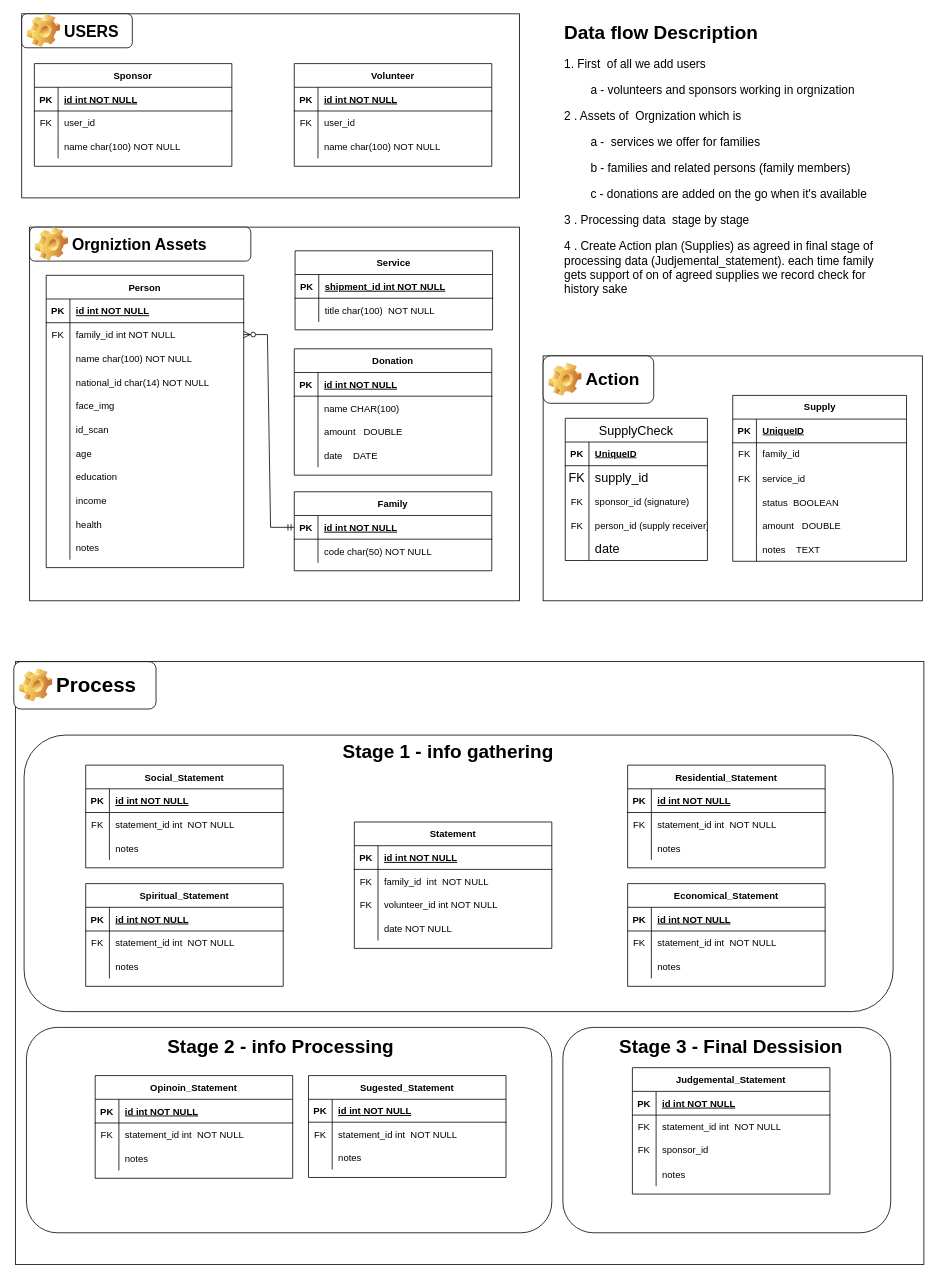
Before: Archives/ERD/ERD Diagram.drawio in PoulaAdel/Charity, a draw.io diagram. Source tidied: cells renumbered, new cells numbered last; positions are measured from the earlier drawing's top-left corner, leaving out a move shared by most shapes. Both pictures are drawn from the tidied source at 79%, with x=0, y=0 at pixel (13, 13).
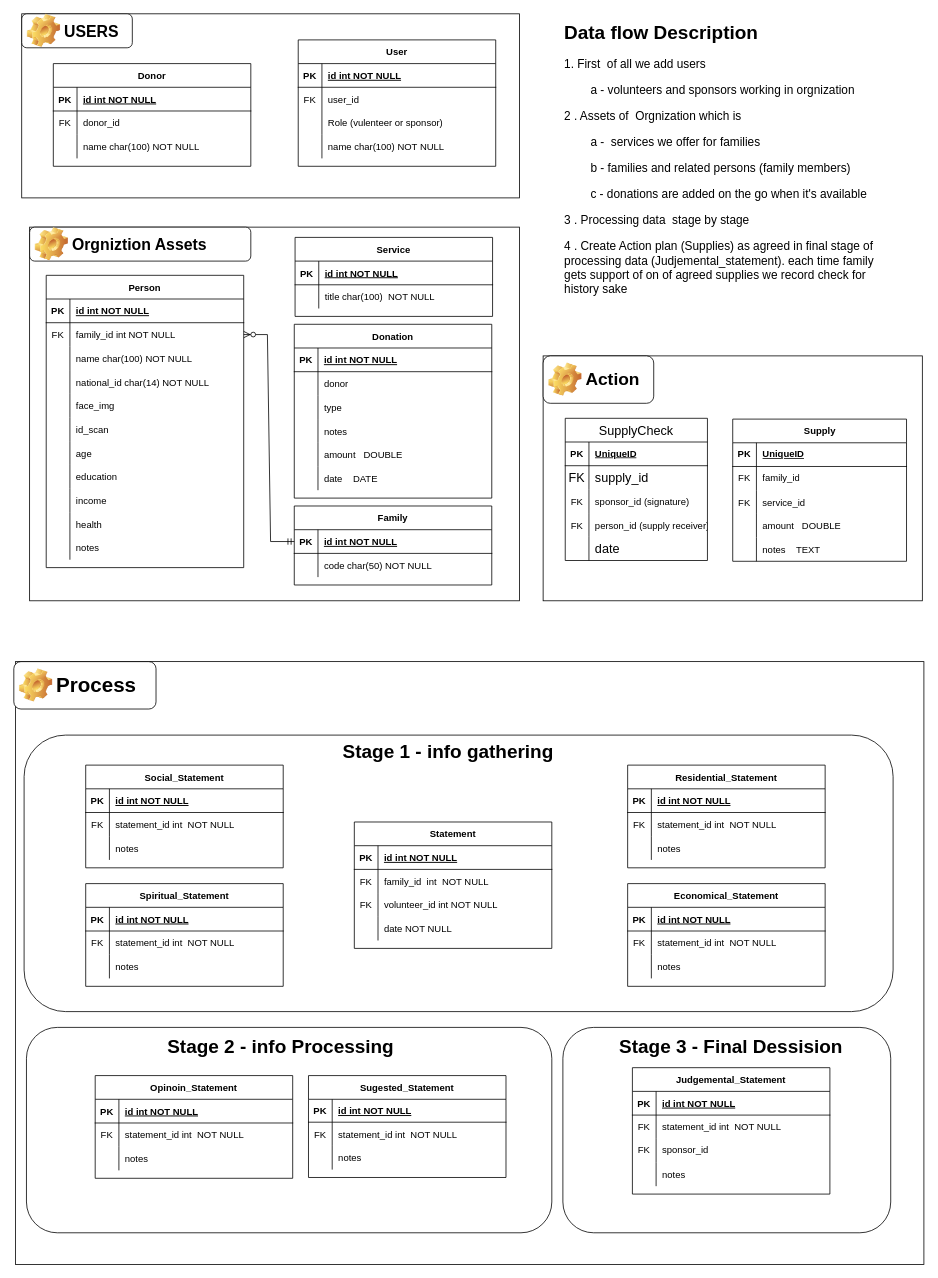
The same page after the edit.

The change refers to these unchanged cells:
```xml
<mxCell id="125" style="shape=partialRectangle;fillColor=none;top=0;left=0;right=0;bottom=1;" parent="124" vertex="1">
  <mxGeometry y="30" width="250" height="30" as="geometry" />
</mxCell>
<mxCell id="135" style="shape=partialRectangle;fillColor=none;top=0;left=0;right=0;bottom=0;" parent="131" vertex="1">
  <mxGeometry y="60" width="250" height="30" as="geometry" />
</mxCell>
```

The edit, as a diff of the source:
```diff
@@
-    <mxCell id="59" value="Sponsor" style="shape=table;startSize=30;childLayout=tableLayout;rowLines=0;fontStyle=1;align=center;" parent="1" vertex="1">
-      <mxGeometry x="26" y="63" width="250" height="130" as="geometry" />
+    <mxCell id="59" value="User" style="shape=table;startSize=30;childLayout=tableLayout;rowLines=0;fontStyle=1;align=center;" parent="1" vertex="1">
+      <mxGeometry x="360" y="33" width="250" height="160" as="geometry" />
     </mxCell>
@@
+    <mxCell id="220" style="shape=tableRow;horizontal=0;startSize=0;swimlaneHead=0;swimlaneBody=0;fillColor=none;top=0;left=0;right=0;bottom=0;" parent="59" vertex="1">
+      <mxGeometry y="90" width="250" height="30" as="geometry" />
+    </mxCell>
+    <mxCell id="221" style="shape=partialRectangle;fillColor=none;top=0;left=0;bottom=0;right=0;overflow=hidden;" parent="220" vertex="1">
+      <mxGeometry width="30" height="30" as="geometry" />
+    </mxCell>
+    <mxCell id="222" value="Role (vulenteer or sponsor)" style="shape=partialRectangle;fillColor=none;top=0;left=0;bottom=0;right=0;align=left;spacingLeft=6;overflow=hidden;" parent="220" vertex="1">
+      <mxGeometry x="30" width="220" height="30" as="geometry" />
+    </mxCell>
     <mxCell id="66" style="shape=partialRectangle;fillColor=none;top=0;left=0;right=0;bottom=0;" parent="59" vertex="1">
-      <mxGeometry y="90" width="250" height="30" as="geometry" />
+      <mxGeometry y="120" width="250" height="30" as="geometry" />
     </mxCell>
@@
-    <mxCell id="69" value="Volunteer" style="shape=table;startSize=30;childLayout=tableLayout;rowLines=0;fontStyle=1;align=center;" parent="1" vertex="1">
-      <mxGeometry x="355" y="63" width="250" height="130" as="geometry" />
-    </mxCell>
-    <mxCell id="70" style="shape=partialRectangle;fillColor=none;top=0;left=0;right=0;bottom=1;" parent="69" vertex="1">
-      <mxGeometry y="30" width="250" height="30" as="geometry" />
-    </mxCell>
-    <mxCell id="71" value="PK" style="shape=partialRectangle;overflow=hidden;fillColor=none;top=0;left=0;bottom=0;right=0;fontStyle=1;" parent="70" vertex="1">
-      <mxGeometry width="30" height="30" as="geometry" />
-    </mxCell>
-    <mxCell id="72" value="id int NOT NULL " style="shape=partialRectangle;overflow=hidden;fillColor=none;top=0;left=0;bottom=0;right=0;align=left;spacingLeft=6;fontStyle=5;" parent="70" vertex="1">
-      <mxGeometry x="30" width="220" height="30" as="geometry" />
-    </mxCell>
-    <mxCell id="73" style="shape=tableRow;horizontal=0;startSize=0;swimlaneHead=0;swimlaneBody=0;fillColor=none;top=0;left=0;right=0;bottom=0;" parent="69" vertex="1">
-      <mxGeometry y="60" width="250" height="30" as="geometry" />
-    </mxCell>
-    <mxCell id="74" value="FK" style="shape=partialRectangle;fillColor=none;top=0;left=0;bottom=0;right=0;fontStyle=0;overflow=hidden;whiteSpace=wrap;html=1;" parent="73" vertex="1">
-      <mxGeometry width="30" height="30" as="geometry" />
-    </mxCell>
-    <mxCell id="75" value="user_id" style="shape=partialRectangle;fillColor=none;top=0;left=0;bottom=0;right=0;align=left;spacingLeft=6;fontStyle=0;overflow=hidden;whiteSpace=wrap;html=1;" parent="73" vertex="1">
-      <mxGeometry x="30" width="220" height="30" as="geometry" />
-    </mxCell>
-    <mxCell id="76" style="shape=partialRectangle;fillColor=none;top=0;left=0;right=0;bottom=0;" parent="69" vertex="1">
-      <mxGeometry y="90" width="250" height="30" as="geometry" />
-    </mxCell>
-    <mxCell id="77" style="shape=partialRectangle;overflow=hidden;fillColor=none;top=0;left=0;bottom=0;right=0;" parent="76" vertex="1">
-      <mxGeometry width="30" height="30" as="geometry" />
-    </mxCell>
-    <mxCell id="78" value="name char(100) NOT NULL" style="shape=partialRectangle;overflow=hidden;fillColor=none;top=0;left=0;bottom=0;right=0;align=left;spacingLeft=6;" parent="76" vertex="1">
-      <mxGeometry x="30" width="220" height="30" as="geometry" />
-    </mxCell>
@@
     <mxCell id="83" value="Family" style="shape=table;startSize=30;childLayout=tableLayout;rowLines=0;fontStyle=1;align=center;" parent="1" vertex="1">
-      <mxGeometry x="355" y="605" width="250" height="100" as="geometry" />
+      <mxGeometry x="355" y="623" width="250" height="100" as="geometry" />
     </mxCell>
@@
     <mxCell id="124" value="Service" style="shape=table;startSize=30;childLayout=tableLayout;rowLines=0;fontStyle=1;align=center;" parent="1" vertex="1">
-      <mxGeometry x="356" y="300" width="250" height="100" as="geometry" />
+      <mxGeometry x="356" y="283" width="250" height="100" as="geometry" />
     </mxCell>
@@
-    <mxCell id="127" value="shipment_id int NOT NULL " style="shape=partialRectangle;overflow=hidden;fillColor=none;top=0;left=0;bottom=0;right=0;align=left;spacingLeft=6;fontStyle=5;" parent="125" vertex="1">
+    <mxCell id="127" value="id int NOT NULL " style="shape=partialRectangle;overflow=hidden;fillColor=none;top=0;left=0;bottom=0;right=0;align=left;spacingLeft=6;fontStyle=5;" parent="125" vertex="1">
       <mxGeometry x="30" width="220" height="30" as="geometry" />
     </mxCell>
@@
     <mxCell id="131" value="Donation" style="shape=table;startSize=30;childLayout=tableLayout;rowLines=0;fontStyle=1;align=center;" parent="1" vertex="1">
-      <mxGeometry x="355" y="424" width="250" height="160" as="geometry" />
+      <mxGeometry x="355" y="393" width="250" height="220" as="geometry" />
     </mxCell>
@@
-    <mxCell id="137" value="name CHAR(100)" style="shape=partialRectangle;overflow=hidden;fillColor=none;top=0;left=0;bottom=0;right=0;align=left;spacingLeft=6;" parent="135" vertex="1">
+    <mxCell id="137" value="donor" style="shape=partialRectangle;overflow=hidden;fillColor=none;top=0;left=0;bottom=0;right=0;align=left;spacingLeft=6;" parent="135" vertex="1">
       <mxGeometry x="30" width="220" height="30" as="geometry" />
     </mxCell>
+    <mxCell id="223" style="shape=tableRow;horizontal=0;startSize=0;swimlaneHead=0;swimlaneBody=0;fillColor=none;top=0;left=0;right=0;bottom=0;" parent="131" vertex="1">
+      <mxGeometry y="90" width="250" height="30" as="geometry" />
+    </mxCell>
+    <mxCell id="224" style="shape=partialRectangle;fillColor=none;top=0;left=0;bottom=0;right=0;overflow=hidden;" parent="223" vertex="1">
+      <mxGeometry width="30" height="30" as="geometry" />
+    </mxCell>
+    <mxCell id="225" value="type" style="shape=partialRectangle;fillColor=none;top=0;left=0;bottom=0;right=0;align=left;spacingLeft=6;overflow=hidden;" parent="223" vertex="1">
+      <mxGeometry x="30" width="220" height="30" as="geometry" />
+    </mxCell>
+    <mxCell id="226" style="shape=tableRow;horizontal=0;startSize=0;swimlaneHead=0;swimlaneBody=0;fillColor=none;top=0;left=0;right=0;bottom=0;" parent="131" vertex="1">
+      <mxGeometry y="120" width="250" height="30" as="geometry" />
+    </mxCell>
+    <mxCell id="227" style="shape=partialRectangle;fillColor=none;top=0;left=0;bottom=0;right=0;overflow=hidden;" parent="226" vertex="1">
+      <mxGeometry width="30" height="30" as="geometry" />
+    </mxCell>
+    <mxCell id="228" value="notes" style="shape=partialRectangle;fillColor=none;top=0;left=0;bottom=0;right=0;align=left;spacingLeft=6;overflow=hidden;" parent="226" vertex="1">
+      <mxGeometry x="30" width="220" height="30" as="geometry" />
+    </mxCell>
     <mxCell id="138" style="shape=tableRow;horizontal=0;startSize=0;swimlaneHead=0;swimlaneBody=0;fillColor=none;top=0;left=0;right=0;bottom=0;" parent="131" vertex="1">
-      <mxGeometry y="90" width="250" height="30" as="geometry" />
+      <mxGeometry y="150" width="250" height="30" as="geometry" />
     </mxCell>
@@
     <mxCell id="141" style="shape=tableRow;horizontal=0;startSize=0;swimlaneHead=0;swimlaneBody=0;fillColor=none;top=0;left=0;right=0;bottom=0;" parent="131" vertex="1">
-      <mxGeometry y="120" width="250" height="30" as="geometry" />
+      <mxGeometry y="180" width="250" height="30" as="geometry" />
     </mxCell>
@@
     <mxCell id="184" value="Supply" style="shape=table;startSize=30;childLayout=tableLayout;rowLines=0;fontStyle=1;align=center;html=1;" parent="1" vertex="1">
-      <mxGeometry x="910" y="483" width="220" height="210" as="geometry" />
+      <mxGeometry x="910" y="513" width="220" height="180" as="geometry" />
     </mxCell>
@@
-    <mxCell id="194" style="shape=tableRow;horizontal=0;startSize=0;swimlaneHead=0;swimlaneBody=0;fillColor=none;top=0;left=0;right=0;bottom=0;" parent="184" vertex="1">
-      <mxGeometry y="120" width="220" height="30" as="geometry" />
-    </mxCell>
-    <mxCell id="195" style="shape=partialRectangle;fillColor=none;top=0;left=0;bottom=0;right=0;overflow=hidden;" parent="194" vertex="1">
-      <mxGeometry width="30" height="30" as="geometry" />
-    </mxCell>
-    <mxCell id="196" value="status  BOOLEAN" style="shape=partialRectangle;fillColor=none;top=0;left=0;bottom=0;right=0;align=left;spacingLeft=6;overflow=hidden;" parent="194" vertex="1">
-      <mxGeometry x="30" width="190" height="30" as="geometry" />
-    </mxCell>
     <mxCell id="197" style="shape=tableRow;horizontal=0;startSize=0;swimlaneHead=0;swimlaneBody=0;fillColor=none;top=0;left=0;right=0;bottom=0;" parent="184" vertex="1">
-      <mxGeometry y="150" width="220" height="30" as="geometry" />
+      <mxGeometry y="120" width="220" height="30" as="geometry" />
     </mxCell>
@@
     <mxCell id="200" style="shape=tableRow;horizontal=0;startSize=0;swimlaneHead=0;swimlaneBody=0;fillColor=none;top=0;left=0;right=0;bottom=0;" parent="184" vertex="1">
-      <mxGeometry y="180" width="220" height="30" as="geometry" />
+      <mxGeometry y="150" width="220" height="30" as="geometry" />
     </mxCell>
@@
+    <mxCell id="229" value="Donor" style="shape=table;startSize=30;childLayout=tableLayout;rowLines=0;fontStyle=1;align=center;" parent="1" vertex="1">
+      <mxGeometry x="50" y="63" width="250" height="130" as="geometry" />
+    </mxCell>
+    <mxCell id="70" style="shape=partialRectangle;fillColor=none;top=0;left=0;right=0;bottom=1;" parent="229" vertex="1">
+      <mxGeometry y="30" width="250" height="30" as="geometry" />
+    </mxCell>
+    <mxCell id="71" value="PK" style="shape=partialRectangle;overflow=hidden;fillColor=none;top=0;left=0;bottom=0;right=0;fontStyle=1;" parent="70" vertex="1">
+      <mxGeometry width="30" height="30" as="geometry" />
+    </mxCell>
+    <mxCell id="72" value="id int NOT NULL " style="shape=partialRectangle;overflow=hidden;fillColor=none;top=0;left=0;bottom=0;right=0;align=left;spacingLeft=6;fontStyle=5;" parent="70" vertex="1">
+      <mxGeometry x="30" width="220" height="30" as="geometry" />
+    </mxCell>
+    <mxCell id="73" style="shape=tableRow;horizontal=0;startSize=0;swimlaneHead=0;swimlaneBody=0;fillColor=none;top=0;left=0;right=0;bottom=0;" parent="229" vertex="1">
+      <mxGeometry y="60" width="250" height="30" as="geometry" />
+    </mxCell>
+    <mxCell id="74" value="FK" style="shape=partialRectangle;fillColor=none;top=0;left=0;bottom=0;right=0;overflow=hidden;" parent="73" vertex="1">
+      <mxGeometry width="30" height="30" as="geometry" />
+    </mxCell>
+    <mxCell id="230" value="donor_id" style="shape=partialRectangle;fillColor=none;top=0;left=0;bottom=0;right=0;align=left;spacingLeft=6;overflow=hidden;" parent="73" vertex="1">
+      <mxGeometry x="30" width="220" height="30" as="geometry" />
+    </mxCell>
+    <mxCell id="76" style="shape=partialRectangle;fillColor=none;top=0;left=0;right=0;bottom=0;" parent="229" vertex="1">
+      <mxGeometry y="90" width="250" height="30" as="geometry" />
+    </mxCell>
+    <mxCell id="77" style="shape=partialRectangle;overflow=hidden;fillColor=none;top=0;left=0;bottom=0;right=0;" parent="76" vertex="1">
+      <mxGeometry width="30" height="30" as="geometry" />
+    </mxCell>
+    <mxCell id="78" value="name char(100) NOT NULL" style="shape=partialRectangle;overflow=hidden;fillColor=none;top=0;left=0;bottom=0;right=0;align=left;spacingLeft=6;" parent="76" vertex="1">
+      <mxGeometry x="30" width="220" height="30" as="geometry" />
+    </mxCell>
```
